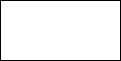
Above: Unidad-1/Tareas/Tarea-1/Primer Diagrama.drawio.png in RafaelMayor/base-datos (draw.io), before the change. Source tidied: cells renumbered, new cells last; positions are measured from the earlier drawing's top-left corner, leaving out a move shared by most shapes. Source of this version:
```xml
<mxGraphModel>
  <root>
    <mxCell id="0" />
    <mxCell id="1" parent="0" />
    <mxCell id="2" style="rounded=0;whiteSpace=wrap;html=1;" parent="1" vertex="1">
      <mxGeometry width="120" height="60" as="geometry" />
    </mxCell>
  </root>
</mxGraphModel>
```
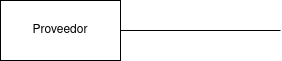
After the commit.

What changed in the source:
```diff
@@ -2,8 +2,13 @@
   <root>
     <mxCell id="0" />
     <mxCell id="1" parent="0" />
-    <mxCell id="2" style="rounded=0;whiteSpace=wrap;html=1;" parent="1" vertex="1">
+    <mxCell id="2" value="Proveedor" style="rounded=0;whiteSpace=wrap;html=1;" parent="1" vertex="1">
       <mxGeometry width="120" height="60" as="geometry" />
     </mxCell>
+    <mxCell id="3" style="endArrow=none;html=1;rounded=0;exitX=1;exitY=0.5;exitDx=0;exitDy=0;" parent="1" edge="1" source="2">
+      <mxGeometry relative="1" as="geometry">
+        <mxPoint x="280" y="30" as="targetPoint" />
+      </mxGeometry>
+    </mxCell>
   </root>
 </mxGraphModel>
```
